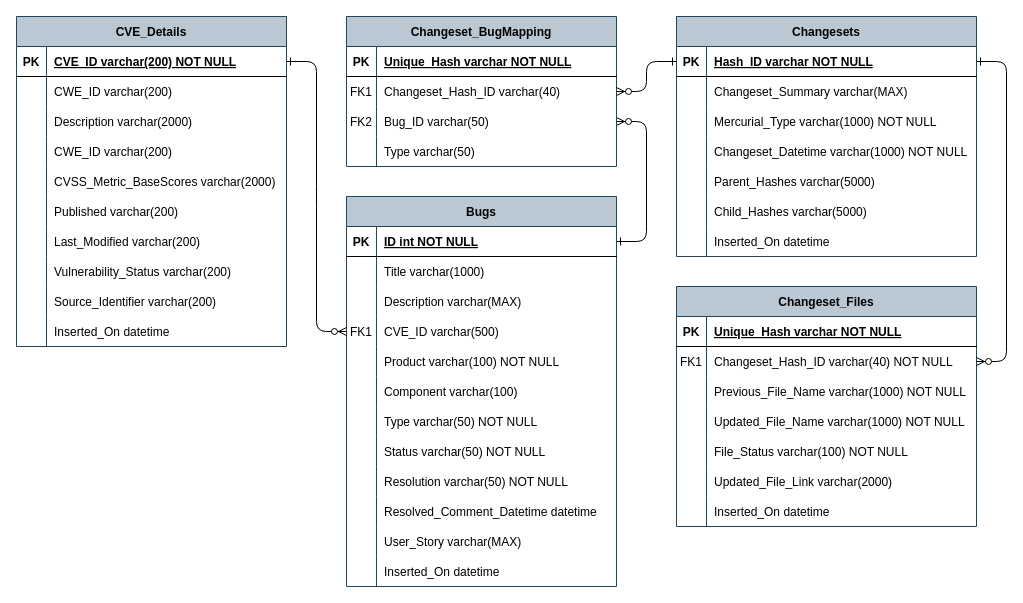
This is Bugzilla/FixFox.drawio from quocbui2020/requirement_descriptions_and_bug_counts, a draw.io file, before an edit. Source tidied: cells renumbered, new cells numbered last; positions are measured from the earlier drawing's top-left corner, leaving out a move shared by most shapes. Both pictures are drawn from the tidied source at 100%, with x=0, y=0 at pixel (16, 16).
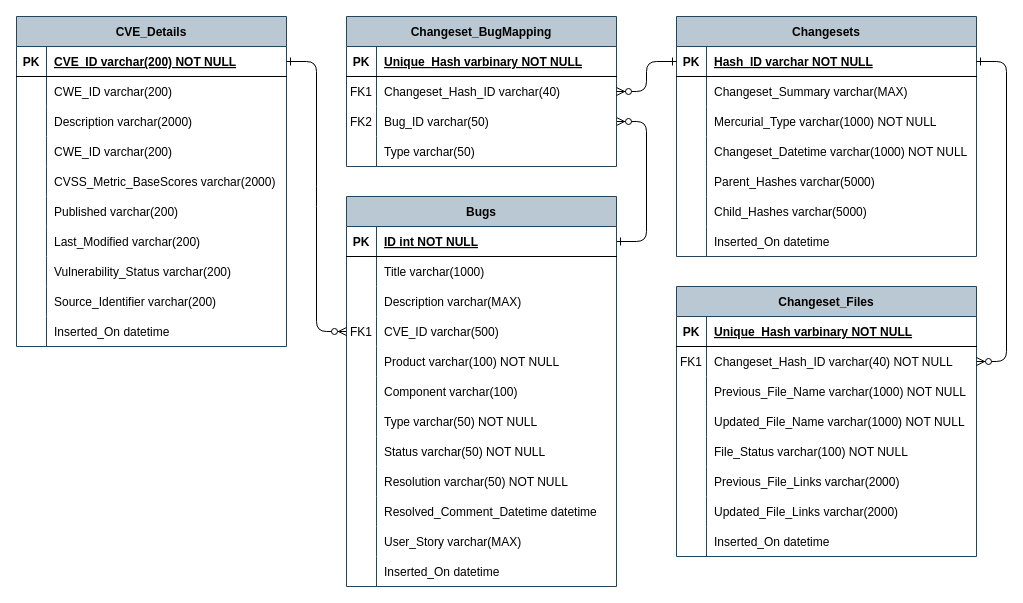
The same page after the edit.

The change refers to these unchanged cells:
```xml
<mxCell id="4" style="shape=partialRectangle;fillColor=none;top=0;left=0;right=0;bottom=1;" parent="3" vertex="1">
  <mxGeometry y="30" width="270" height="30" as="geometry" />
</mxCell>
<mxCell id="107" style="shape=partialRectangle;fillColor=none;top=0;left=0;right=0;bottom=1;" parent="106" vertex="1">
  <mxGeometry y="30" width="300" height="30" as="geometry" />
</mxCell>
<mxCell id="122" style="shape=partialRectangle;fillColor=none;top=0;left=0;right=0;bottom=0;" parent="106" vertex="1">
  <mxGeometry y="180" width="300" height="30" as="geometry" />
</mxCell>
```

Change to the diagram source:
```diff
@@
-    <mxCell id="6" value="Unique_Hash varchar NOT NULL " style="shape=partialRectangle;overflow=hidden;fillColor=none;top=0;left=0;bottom=0;right=0;align=left;spacingLeft=6;fontStyle=5;" parent="4" vertex="1">
+    <mxCell id="6" value="Unique_Hash varbinary NOT NULL " style="shape=partialRectangle;overflow=hidden;fillColor=none;top=0;left=0;bottom=0;right=0;align=left;spacingLeft=6;fontStyle=5;" parent="4" vertex="1">
       <mxGeometry x="30" width="240" height="30" as="geometry" />
     </mxCell>
@@
     <mxCell id="106" value="Changeset_Files" style="shape=table;startSize=30;childLayout=tableLayout;rowLines=0;fontStyle=1;align=center;fillColor=#bac8d3;strokeColor=#23445d;" parent="1" vertex="1">
-      <mxGeometry x="660" y="270" width="300" height="240" as="geometry" />
+      <mxGeometry x="660" y="270" width="300" height="270" as="geometry" />
     </mxCell>
@@
-    <mxCell id="109" value="Unique_Hash varchar NOT NULL " style="shape=partialRectangle;overflow=hidden;fillColor=none;top=0;left=0;bottom=0;right=0;align=left;spacingLeft=6;fontStyle=5;" parent="107" vertex="1">
+    <mxCell id="109" value="Unique_Hash varbinary NOT NULL " style="shape=partialRectangle;overflow=hidden;fillColor=none;top=0;left=0;bottom=0;right=0;align=left;spacingLeft=6;fontStyle=5;" parent="107" vertex="1">
       <mxGeometry x="30" width="270" height="30" as="geometry" />
     </mxCell>
@@
-    <mxCell id="124" value="Updated_File_Link varchar(2000)" style="shape=partialRectangle;overflow=hidden;fillColor=none;top=0;left=0;bottom=0;right=0;align=left;spacingLeft=6;" parent="122" vertex="1">
+    <mxCell id="124" value="Previous_File_Links varchar(2000)" style="shape=partialRectangle;overflow=hidden;fillColor=none;top=0;left=0;bottom=0;right=0;align=left;spacingLeft=6;" parent="122" vertex="1">
       <mxGeometry x="30" width="270" height="30" as="geometry" />
     </mxCell>
+    <mxCell id="131" style="shape=partialRectangle;fillColor=none;top=0;left=0;right=0;bottom=0;" parent="106" vertex="1">
+      <mxGeometry y="210" width="300" height="30" as="geometry" />
+    </mxCell>
+    <mxCell id="132" style="shape=partialRectangle;overflow=hidden;fillColor=none;top=0;left=0;bottom=0;right=0;" parent="131" vertex="1">
+      <mxGeometry width="30" height="30" as="geometry" />
+    </mxCell>
+    <mxCell id="133" value="Updated_File_Links varchar(2000)" style="shape=partialRectangle;overflow=hidden;fillColor=none;top=0;left=0;bottom=0;right=0;align=left;spacingLeft=6;" parent="131" vertex="1">
+      <mxGeometry x="30" width="270" height="30" as="geometry" />
+    </mxCell>
     <mxCell id="125" style="shape=partialRectangle;fillColor=none;top=0;left=0;right=0;bottom=0;" parent="106" vertex="1">
-      <mxGeometry y="210" width="300" height="30" as="geometry" />
+      <mxGeometry y="240" width="300" height="30" as="geometry" />
     </mxCell>
```
